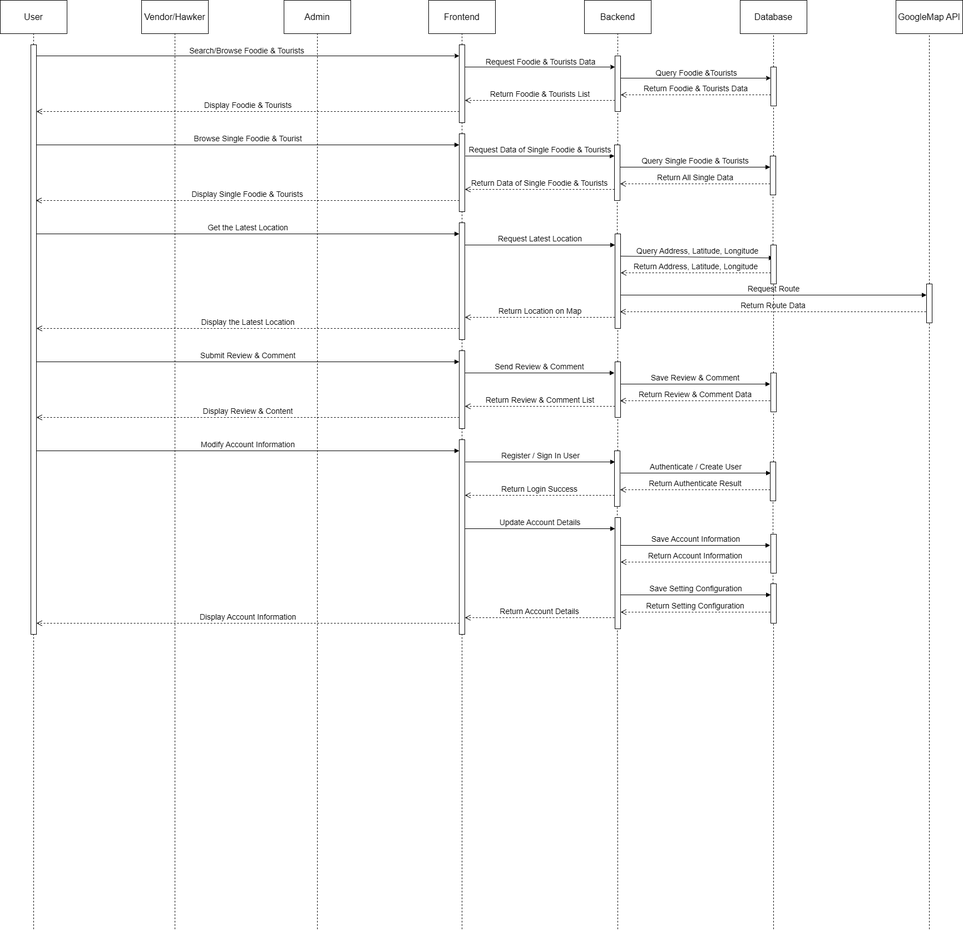
Above: Sequence Diagram.png in WongJZ/WongJZ (draw.io), before the change. Source tidied: cells renumbered, new cells last; positions are measured from the earlier drawing's top-left corner, leaving out a move shared by most shapes.
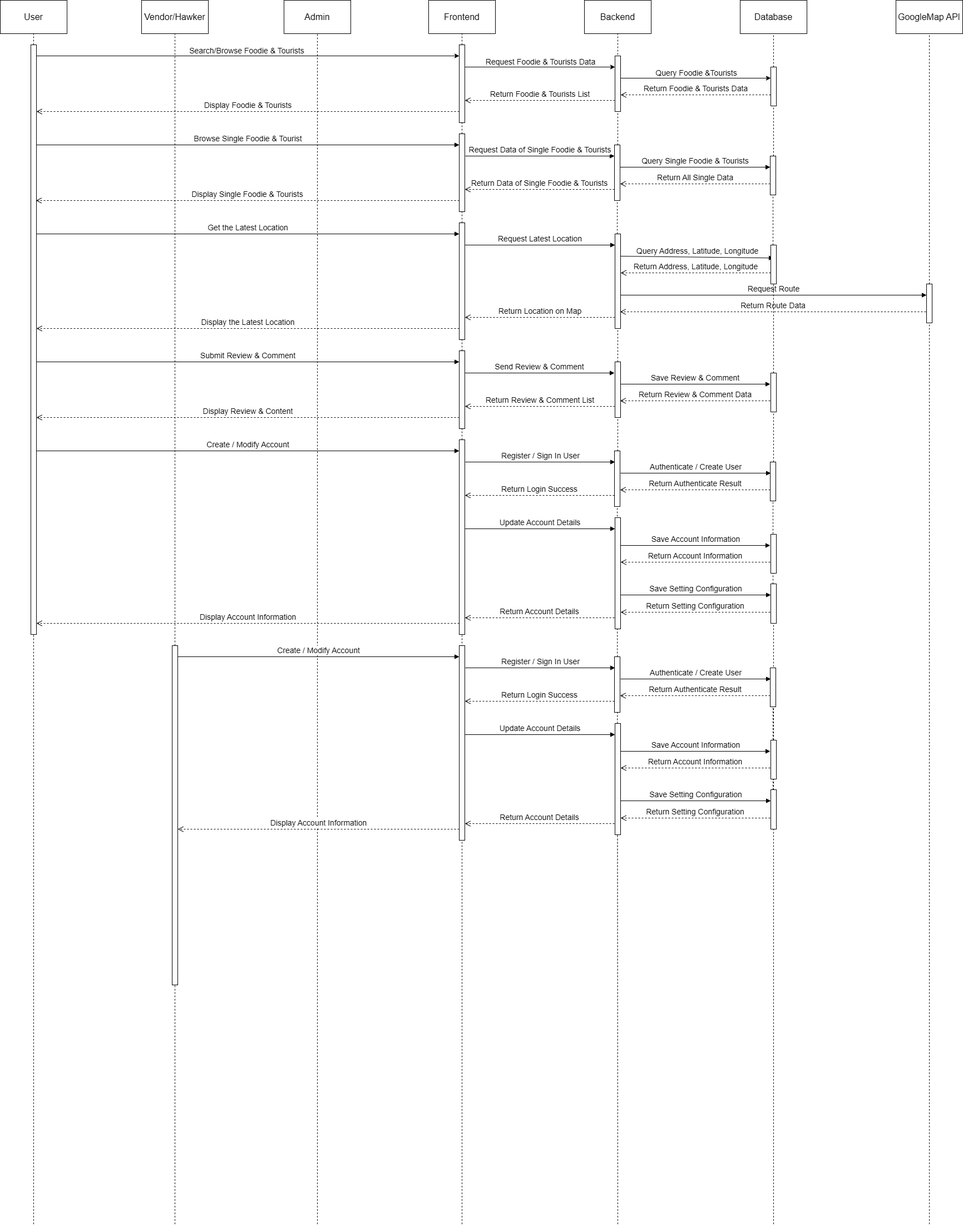
After the commit.

Change to the diagram source:
```diff
@@ -26,14 +26,12 @@
     <mxCell id="9" style="endArrow=none;dashed=1;html=1;rounded=0;entryX=0.5;entryY=1;entryDx=0;entryDy=0;" parent="1" edge="1" source="46" target="2">
       <mxGeometry relative="1" as="geometry" />
     </mxCell>
-    <mxCell id="10" style="endArrow=none;dashed=1;html=1;rounded=0;entryX=0.5;entryY=1;entryDx=0;entryDy=0;" parent="1" edge="1" target="3">
-      <mxGeometry relative="1" as="geometry">
-        <mxPoint x="314" y="1670" as="sourcePoint" />
-      </mxGeometry>
+    <mxCell id="10" style="endArrow=none;dashed=1;html=1;rounded=0;entryX=0.5;entryY=1;entryDx=0;entryDy=0;" parent="1" edge="1" source="95" target="3">
+      <mxGeometry relative="1" as="geometry" />
     </mxCell>
     <mxCell id="11" style="endArrow=none;dashed=1;html=1;rounded=0;entryX=0.5;entryY=1;entryDx=0;entryDy=0;" parent="1" edge="1" target="4">
       <mxGeometry relative="1" as="geometry">
-        <mxPoint x="570" y="1670" as="sourcePoint" />
+        <mxPoint x="570" y="2200" as="sourcePoint" />
       </mxGeometry>
     </mxCell>
     <mxCell id="12" style="endArrow=none;dashed=1;html=1;rounded=0;entryX=0.5;entryY=1;entryDx=0;entryDy=0;" parent="1" edge="1" source="61" target="5">
@@ -207,7 +205,7 @@
     </mxCell>
     <mxCell id="45" style="endArrow=none;dashed=1;html=1;rounded=0;entryX=0.5;entryY=1;entryDx=0;entryDy=0;" parent="1" edge="1" target="46">
       <mxGeometry relative="1" as="geometry">
-        <mxPoint x="60" y="1670" as="sourcePoint" />
+        <mxPoint x="60" y="2200" as="sourcePoint" />
       </mxGeometry>
     </mxCell>
     <mxCell id="46" style="html=1;points=[[0,0,0,0,5],[0,1,0,0,-5],[1,0,0,0,5],[1,1,0,0,-5]];perimeter=orthogonalPerimeter;outlineConnect=0;targetShapes=umlLifeline;portConstraint=eastwest;newEdgeStyle={&quot;curved&quot;:0,&quot;rounded&quot;:0};" parent="1" vertex="1">
@@ -233,7 +231,7 @@
     </mxCell>
     <mxCell id="53" style="endArrow=none;dashed=1;html=1;rounded=0;entryX=0.5;entryY=1;entryDx=0;entryDy=0;" parent="1" edge="1" target="54">
       <mxGeometry relative="1" as="geometry">
-        <mxPoint x="1670" y="1670" as="sourcePoint" />
+        <mxPoint x="1670" y="2200" as="sourcePoint" />
       </mxGeometry>
     </mxCell>
     <mxCell id="54" style="html=1;points=[[0,0,0,0,5],[0,1,0,0,-5],[1,0,0,0,5],[1,1,0,0,-5]];perimeter=orthogonalPerimeter;outlineConnect=0;targetShapes=umlLifeline;portConstraint=eastwest;newEdgeStyle={&quot;curved&quot;:0,&quot;rounded&quot;:0};" parent="1" vertex="1">
@@ -290,7 +288,7 @@
     <mxCell id="71" style="html=1;points=[[0,0,0,0,5],[0,1,0,0,-5],[1,0,0,0,5],[1,1,0,0,-5]];perimeter=orthogonalPerimeter;outlineConnect=0;targetShapes=umlLifeline;portConstraint=eastwest;newEdgeStyle={&quot;curved&quot;:0,&quot;rounded&quot;:0};" parent="1" vertex="1">
       <mxGeometry x="1385" y="670" width="10" height="70" as="geometry" />
     </mxCell>
-    <mxCell id="72" value="Modify Account Information" style="html=1;verticalAlign=bottom;endArrow=block;curved=0;rounded=0;fontSize=14;" parent="1" edge="1">
+    <mxCell id="72" value="Create / Modify Account" style="html=1;verticalAlign=bottom;endArrow=block;curved=0;rounded=0;fontSize=14;" parent="1" edge="1">
       <mxGeometry relative="1" as="geometry">
         <mxPoint x="65" y="810" as="sourcePoint" />
         <mxPoint x="825" y="810" as="targetPoint" />
@@ -359,7 +357,7 @@
     </mxCell>
     <mxCell id="84" style="endArrow=none;dashed=1;html=1;rounded=0;entryX=0.5;entryY=1;entryDx=0;entryDy=0;" parent="1" edge="1" target="85">
       <mxGeometry relative="1" as="geometry">
-        <mxPoint x="830" y="1670" as="sourcePoint" />
+        <mxPoint x="830" y="2200" as="sourcePoint" />
       </mxGeometry>
     </mxCell>
     <mxCell id="85" style="html=1;points=[[0,0,0,0,5],[0,1,0,0,-5],[1,0,0,0,5],[1,1,0,0,-5]];perimeter=orthogonalPerimeter;outlineConnect=0;targetShapes=umlLifeline;portConstraint=eastwest;newEdgeStyle={&quot;curved&quot;:0,&quot;rounded&quot;:0};" parent="1" vertex="1">
@@ -367,7 +365,7 @@
     </mxCell>
     <mxCell id="86" style="endArrow=none;dashed=1;html=1;rounded=0;entryX=0.5;entryY=1;entryDx=0;entryDy=0;" parent="1" edge="1" target="87">
       <mxGeometry relative="1" as="geometry">
-        <mxPoint x="1110" y="1670" as="sourcePoint" />
+        <mxPoint x="1110" y="2200" as="sourcePoint" />
       </mxGeometry>
     </mxCell>
     <mxCell id="87" style="html=1;points=[[0,0,0,0,5],[0,1,0,0,-5],[1,0,0,0,5],[1,1,0,0,-5]];perimeter=orthogonalPerimeter;outlineConnect=0;targetShapes=umlLifeline;portConstraint=eastwest;newEdgeStyle={&quot;curved&quot;:0,&quot;rounded&quot;:0};" parent="1" vertex="1">
@@ -387,11 +385,107 @@
     </mxCell>
     <mxCell id="92" style="endArrow=none;dashed=1;html=1;rounded=0;entryX=0.5;entryY=1;entryDx=0;entryDy=0;" parent="1" edge="1" target="93">
       <mxGeometry relative="1" as="geometry">
-        <mxPoint x="1390" y="1670" as="sourcePoint" />
+        <mxPoint x="1390" y="2200" as="sourcePoint" />
       </mxGeometry>
     </mxCell>
     <mxCell id="93" style="html=1;points=[[0,0,0,0,5],[0,1,0,0,-5],[1,0,0,0,5],[1,1,0,0,-5]];perimeter=orthogonalPerimeter;outlineConnect=0;targetShapes=umlLifeline;portConstraint=eastwest;newEdgeStyle={&quot;curved&quot;:0,&quot;rounded&quot;:0};" parent="1" vertex="1">
       <mxGeometry x="1385" y="1049" width="10" height="71" as="geometry" />
     </mxCell>
+    <mxCell id="94" style="endArrow=none;dashed=1;html=1;rounded=0;entryX=0.5;entryY=1;entryDx=0;entryDy=0;" parent="1" edge="1" target="95">
+      <mxGeometry relative="1" as="geometry">
+        <mxPoint x="314" y="2200" as="sourcePoint" />
+      </mxGeometry>
+    </mxCell>
+    <mxCell id="95" style="html=1;points=[[0,0,0,0,5],[0,1,0,0,-5],[1,0,0,0,5],[1,1,0,0,-5]];perimeter=orthogonalPerimeter;outlineConnect=0;targetShapes=umlLifeline;portConstraint=eastwest;newEdgeStyle={&quot;curved&quot;:0,&quot;rounded&quot;:0};" parent="1" vertex="1">
+      <mxGeometry x="309" y="1160" width="10" height="610" as="geometry" />
+    </mxCell>
+    <mxCell id="96" value="Register / Sign In User" style="html=1;verticalAlign=bottom;endArrow=block;curved=0;rounded=0;fontSize=14;" parent="1" edge="1">
+      <mxGeometry relative="1" as="geometry">
+        <mxPoint x="836" y="1200" as="sourcePoint" />
+        <mxPoint x="1105" y="1200" as="targetPoint" />
+      </mxGeometry>
+    </mxCell>
+    <mxCell id="97" value="Authenticate / Create User" style="html=1;verticalAlign=bottom;endArrow=block;curved=0;rounded=0;fontSize=14;" parent="1" edge="1">
+      <mxGeometry relative="1" as="geometry">
+        <mxPoint x="1115" y="1220" as="sourcePoint" />
+        <mxPoint x="1385" y="1220" as="targetPoint" />
+      </mxGeometry>
+    </mxCell>
+    <mxCell id="98" value="Return Authenticate Result" style="html=1;verticalAlign=bottom;endArrow=open;dashed=1;endSize=8;curved=0;rounded=0;fontSize=14;" parent="1" edge="1">
+      <mxGeometry relative="1" as="geometry">
+        <mxPoint x="1384" y="1250" as="sourcePoint" />
+        <mxPoint x="1114" y="1250" as="targetPoint" />
+      </mxGeometry>
+    </mxCell>
+    <mxCell id="99" value="Return Login Success" style="html=1;verticalAlign=bottom;endArrow=open;dashed=1;endSize=8;curved=0;rounded=0;fontSize=14;" parent="1" edge="1">
+      <mxGeometry relative="1" as="geometry">
+        <mxPoint x="1104" y="1260" as="sourcePoint" />
+        <mxPoint x="835" y="1260" as="targetPoint" />
+      </mxGeometry>
+    </mxCell>
+    <mxCell id="100" value="Update Account Details" style="html=1;verticalAlign=bottom;endArrow=block;curved=0;rounded=0;fontSize=14;" parent="1" edge="1">
+      <mxGeometry relative="1" as="geometry">
+        <mxPoint x="835" y="1320" as="sourcePoint" />
+        <mxPoint x="1105" y="1320" as="targetPoint" />
+      </mxGeometry>
+    </mxCell>
+    <mxCell id="101" value="Save Account Information" style="html=1;verticalAlign=bottom;endArrow=block;curved=0;rounded=0;fontSize=14;" parent="1" edge="1" source="108">
+      <mxGeometry relative="1" as="geometry">
+        <mxPoint x="1384" y="1350" as="targetPoint" />
+      </mxGeometry>
+    </mxCell>
+    <mxCell id="102" value="Return Account Information" style="html=1;verticalAlign=bottom;endArrow=open;dashed=1;endSize=8;curved=0;rounded=0;fontSize=14;" parent="1" edge="1" target="108">
+      <mxGeometry relative="1" as="geometry">
+        <mxPoint x="1384" y="1380" as="sourcePoint" />
+      </mxGeometry>
+    </mxCell>
+    <mxCell id="103" value="Save Setting Configuration" style="html=1;verticalAlign=bottom;endArrow=block;curved=0;rounded=0;fontSize=14;" parent="1" edge="1" source="108">
+      <mxGeometry relative="1" as="geometry">
+        <mxPoint x="1385" y="1439" as="targetPoint" />
+      </mxGeometry>
+    </mxCell>
+    <mxCell id="104" value="Return Setting Configuration" style="html=1;verticalAlign=bottom;endArrow=open;dashed=1;endSize=8;curved=0;rounded=0;fontSize=14;" parent="1" edge="1" target="108">
+      <mxGeometry relative="1" as="geometry">
+        <mxPoint x="1384" y="1470" as="sourcePoint" />
+      </mxGeometry>
+    </mxCell>
+    <mxCell id="105" value="Return Account Details" style="html=1;verticalAlign=bottom;endArrow=open;dashed=1;endSize=8;curved=0;rounded=0;fontSize=14;" parent="1" edge="1" target="106">
+      <mxGeometry relative="1" as="geometry">
+        <mxPoint x="1104" y="1480" as="sourcePoint" />
+      </mxGeometry>
+    </mxCell>
+    <mxCell id="106" style="html=1;points=[[0,0,0,0,5],[0,1,0,0,-5],[1,0,0,0,5],[1,1,0,0,-5]];perimeter=orthogonalPerimeter;outlineConnect=0;targetShapes=umlLifeline;portConstraint=eastwest;newEdgeStyle={&quot;curved&quot;:0,&quot;rounded&quot;:0};" parent="1" vertex="1">
+      <mxGeometry x="825" y="1160" width="10" height="350" as="geometry" />
+    </mxCell>
+    <mxCell id="107" style="html=1;perimeter=orthogonalPerimeter;targetShapes=umlLifeline;newEdgeStyle={&quot;curved&quot;:0,&quot;rounded&quot;:0};" parent="1" vertex="1">
+      <mxGeometry x="1104" y="1180" width="10" height="100" as="geometry" />
+    </mxCell>
+    <mxCell id="108" style="html=1;points=[[0,0,0,0,5],[0,1,0,0,-5],[1,0,0,0,5],[1,1,0,0,-5]];perimeter=orthogonalPerimeter;outlineConnect=0;targetShapes=umlLifeline;portConstraint=eastwest;newEdgeStyle={&quot;curved&quot;:0,&quot;rounded&quot;:0};" parent="1" vertex="1">
+      <mxGeometry x="1105" y="1300" width="10" height="200" as="geometry" />
+    </mxCell>
+    <mxCell id="109" style="endArrow=none;dashed=1;html=1;rounded=0;entryX=0.5;entryY=1;entryDx=0;entryDy=0;" parent="1" edge="1" source="112" target="110">
+      <mxGeometry relative="1" as="geometry" />
+    </mxCell>
+    <mxCell id="110" style="html=1;points=[[0,0,0,0,5],[0,1,0,0,-5],[1,0,0,0,5],[1,1,0,0,-5]];perimeter=orthogonalPerimeter;outlineConnect=0;targetShapes=umlLifeline;portConstraint=eastwest;newEdgeStyle={&quot;curved&quot;:0,&quot;rounded&quot;:0};" parent="1" vertex="1">
+      <mxGeometry x="1384" y="1200" width="10" height="70" as="geometry" />
+    </mxCell>
+    <mxCell id="111" style="html=1;perimeter=orthogonalPerimeter;targetShapes=umlLifeline;newEdgeStyle={&quot;curved&quot;:0,&quot;rounded&quot;:0};" parent="1" vertex="1">
+      <mxGeometry x="1385" y="1330" width="10" height="70" as="geometry" />
+    </mxCell>
+    <mxCell id="112" style="html=1;points=[[0,0,0,0,5],[0,1,0,0,-5],[1,0,0,0,5],[1,1,0,0,-5]];perimeter=orthogonalPerimeter;outlineConnect=0;targetShapes=umlLifeline;portConstraint=eastwest;newEdgeStyle={&quot;curved&quot;:0,&quot;rounded&quot;:0};" parent="1" vertex="1">
+      <mxGeometry x="1385" y="1419" width="10" height="71" as="geometry" />
+    </mxCell>
+    <mxCell id="113" value="Create / Modify Account" style="html=1;verticalAlign=bottom;endArrow=block;curved=0;rounded=0;fontSize=14;" parent="1" edge="1">
+      <mxGeometry relative="1" as="geometry">
+        <mxPoint x="319" y="1180" as="sourcePoint" />
+        <mxPoint x="825" y="1180" as="targetPoint" />
+      </mxGeometry>
+    </mxCell>
+    <mxCell id="114" value="Display Account Information" style="html=1;verticalAlign=bottom;endArrow=open;dashed=1;endSize=8;curved=0;rounded=0;fontSize=14;" parent="1" edge="1">
+      <mxGeometry relative="1" as="geometry">
+        <mxPoint x="825" y="1490" as="sourcePoint" />
+        <mxPoint x="319" y="1490" as="targetPoint" />
+      </mxGeometry>
+    </mxCell>
   </root>
 </mxGraphModel>
```
